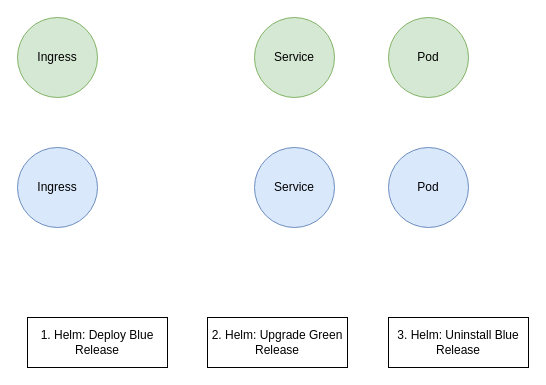
The draw.io diagram page "Blue/Green" (5 of 5) of infrastructure/aks.drawio in georgdrobny/Elysium, before the edit. Source tidied: cells renumbered, new cells numbered last; positions are measured from the earlier drawing's top-left corner, leaving out a move shared by most shapes. Both pictures are drawn from the tidied source at 100%, with x=0, y=0 at pixel (17, 17).
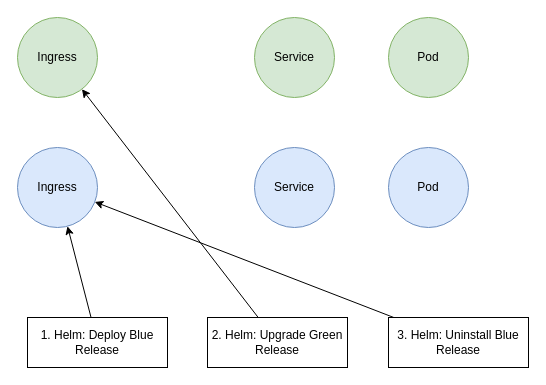
After the change.

Diff of the diagram source:
```diff
@@
 <mxGraphModel>
   <root>
     <mxCell id="0" />
     <mxCell id="1" parent="0" />
     <mxCell id="2" value="Service" style="ellipse;whiteSpace=wrap;html=1;fillColor=#d5e8d4;strokeColor=#82b366;" parent="1" vertex="1">
       <mxGeometry x="237" width="80" height="80" as="geometry" />
     </mxCell>
     <mxCell id="3" value="Pod" style="ellipse;whiteSpace=wrap;html=1;fillColor=#d5e8d4;strokeColor=#82b366;" parent="1" vertex="1">
       <mxGeometry x="371" width="80" height="80" as="geometry" />
     </mxCell>
     <mxCell id="4" value="Ingress" style="ellipse;whiteSpace=wrap;html=1;fillColor=#d5e8d4;strokeColor=#82b366;" parent="1" vertex="1">
       <mxGeometry width="80" height="80" as="geometry" />
     </mxCell>
     <mxCell id="5" value="Ingress" style="ellipse;whiteSpace=wrap;html=1;fillColor=#dae8fc;strokeColor=#6c8ebf;" parent="1" vertex="1">
       <mxGeometry y="130" width="80" height="80" as="geometry" />
     </mxCell>
     <mxCell id="6" value="Service" style="ellipse;whiteSpace=wrap;html=1;fillColor=#dae8fc;strokeColor=#6c8ebf;" parent="1" vertex="1">
       <mxGeometry x="237" y="130" width="80" height="80" as="geometry" />
     </mxCell>
     <mxCell id="7" value="Pod" style="ellipse;whiteSpace=wrap;html=1;fillColor=#dae8fc;strokeColor=#6c8ebf;" parent="1" vertex="1">
       <mxGeometry x="371" y="130" width="80" height="80" as="geometry" />
     </mxCell>
+    <mxCell id="11" style="edgeStyle=none;html=1;" parent="1" edge="1" source="8" target="5">
+      <mxGeometry relative="1" as="geometry" />
+    </mxCell>
     <mxCell id="8" value="1. Helm: Deploy Blue Release" style="rounded=0;whiteSpace=wrap;html=1;" parent="1" vertex="1">
       <mxGeometry x="10" y="300" width="140" height="50" as="geometry" />
     </mxCell>
+    <mxCell id="12" style="edgeStyle=none;html=1;" parent="1" edge="1" source="9" target="4">
+      <mxGeometry relative="1" as="geometry" />
+    </mxCell>
     <mxCell id="9" value="2. Helm: Upgrade Green Release" style="rounded=0;whiteSpace=wrap;html=1;" parent="1" vertex="1">
       <mxGeometry x="190" y="300" width="140" height="50" as="geometry" />
     </mxCell>
+    <mxCell id="13" style="edgeStyle=none;html=1;" parent="1" edge="1" source="10" target="5">
+      <mxGeometry relative="1" as="geometry" />
+    </mxCell>
     <mxCell id="10" value="3. Helm: Uninstall Blue Release" style="rounded=0;whiteSpace=wrap;html=1;" parent="1" vertex="1">
       <mxGeometry x="371" y="300" width="140" height="50" as="geometry" />
     </mxCell>
   </root>
 </mxGraphModel>
```
